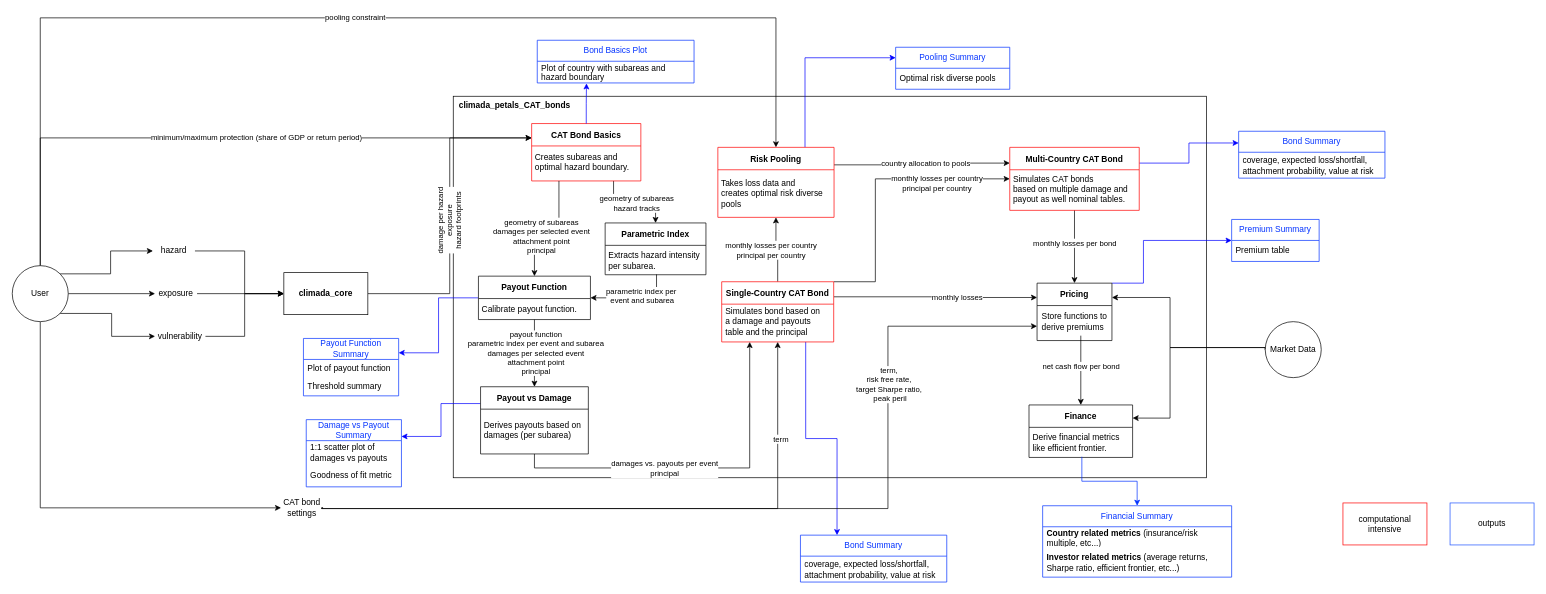
Earlier version of the draw.io diagram data_flow_climada_petals.drawio (KaiOBerg/master_thesis_cat_bonds). Source tidied: cells renumbered, new cells numbered last; positions are measured from the earlier drawing's top-left corner, leaving out a move shared by most shapes. Both pictures are drawn from the tidied source at 70%, with x=0, y=0 at pixel (12, 18).
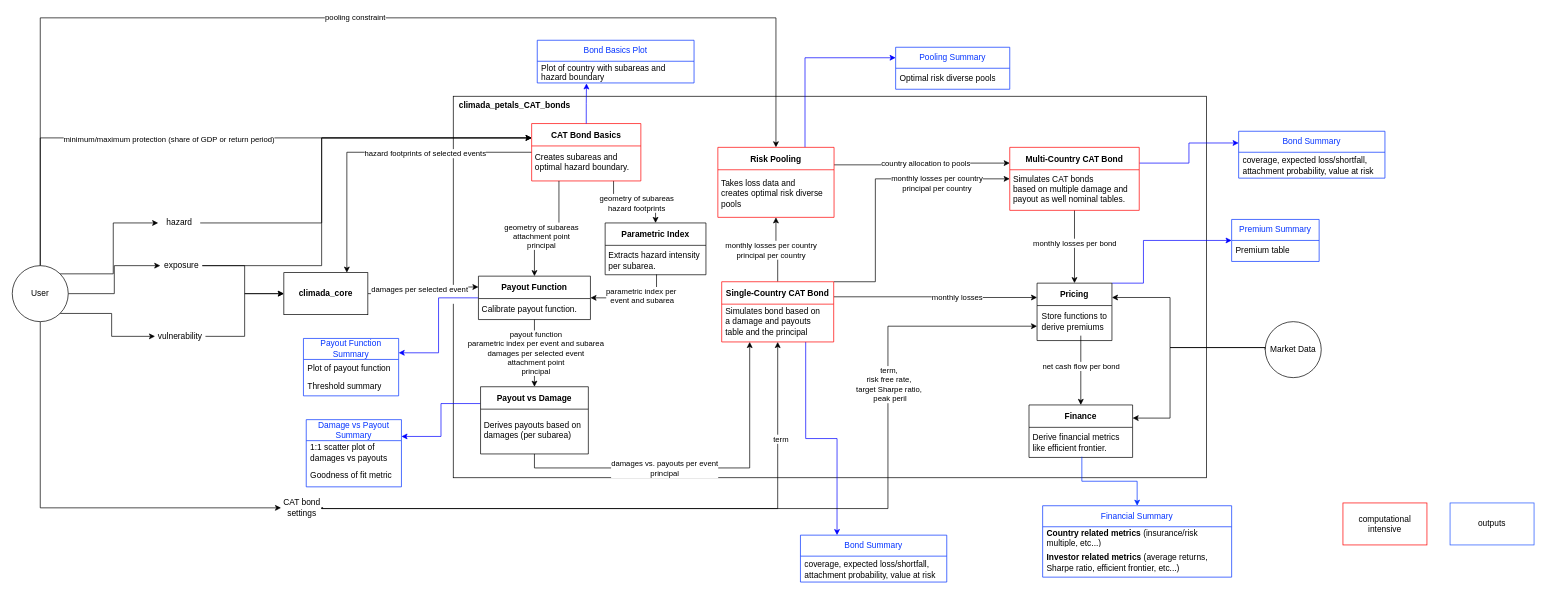
After the change.

The change refers to these unchanged cells:
```xml
<mxCell id="7" style="edgeStyle=orthogonalEdgeStyle;rounded=0;jettySize=auto;html=1;exitX=0.5;exitY=0;exitDx=0;exitDy=0;entryX=0;entryY=0.25;entryDx=0;entryDy=0;" parent="1" edge="1" source="11" target="41">
  <mxGeometry relative="1" as="geometry" />
</mxCell>
<mxCell id="28" value="&lt;b&gt;climada_core&lt;/b&gt;" style="rounded=0;whiteSpace=wrap;html=1;" parent="1" vertex="1">
  <mxGeometry x="388" y="364" width="120" height="60" as="geometry" />
</mxCell>
<mxCell id="39" style="edgeStyle=orthogonalEdgeStyle;rounded=0;jettySize=auto;html=1;exitX=0.75;exitY=1;exitDx=0;exitDy=0;" parent="1" edge="1" source="41" target="68">
  <mxGeometry relative="1" as="geometry" />
</mxCell>
<mxCell id="41" value="CAT Bond Basics" style="swimlane;startSize=32;align=center;strokeColor=#FF0000;" parent="1" vertex="1">
  <mxGeometry x="742" y="151" width="156" height="82" as="geometry" />
</mxCell>
<mxCell id="56" style="edgeStyle=orthogonalEdgeStyle;rounded=0;jettySize=auto;html=1;entryX=0.5;entryY=0;entryDx=0;entryDy=0;exitX=0.25;exitY=1;exitDx=0;exitDy=0;" parent="1" edge="1" source="41" target="73">
  <mxGeometry relative="1" as="geometry" />
</mxCell>
<mxCell id="73" value="Payout Function" style="swimlane;startSize=32;align=center;" parent="1" vertex="1">
  <mxGeometry x="666" y="369" width="160" height="62" as="geometry" />
</mxCell>
```

The edit, as a diff of the source:
```diff
@@
     <mxCell id="8" value="minimum/maximum protection (share of GDP or return period)" style="edgeLabel;html=1;align=center;verticalAlign=middle;" parent="7" vertex="1">
       <mxGeometry x="-0.07" relative="1" as="geometry">
-        <mxPoint x="80" y="-1" as="offset" />
+        <mxPoint x="-45" y="2" as="offset" />
       </mxGeometry>
     </mxCell>
@@
-    <mxCell id="12" style="edgeStyle=orthogonalEdgeStyle;rounded=0;jettySize=auto;html=1;exitX=1;exitY=0.5;exitDx=0;exitDy=0;entryX=0;entryY=0.5;entryDx=0;entryDy=0;" parent="1" edge="1" source="62" target="28">
-      <mxGeometry relative="1" as="geometry">
-        <Array as="points">
-          <mxPoint x="332" y="333" />
-          <mxPoint x="332" y="394" />
-        </Array>
-      </mxGeometry>
-    </mxCell>
     <mxCell id="13" style="edgeStyle=orthogonalEdgeStyle;rounded=0;jettySize=auto;html=1;exitX=1;exitY=0.5;exitDx=0;exitDy=0;entryX=0;entryY=0.5;entryDx=0;entryDy=0;" parent="1" edge="1" source="14" target="28">
-      <mxGeometry relative="1" as="geometry" />
+      <mxGeometry relative="1" as="geometry">
+        <Array as="points">
+          <mxPoint x="332" y="354" />
+          <mxPoint x="332" y="394" />
+        </Array>
+      </mxGeometry>
     </mxCell>
+    <mxCell id="99" style="edgeStyle=orthogonalEdgeStyle;rounded=0;jettySize=auto;html=1;exitX=1;exitY=0.5;exitDx=0;exitDy=0;entryX=0;entryY=0.25;entryDx=0;entryDy=0;" parent="1" edge="1" source="14" target="41">
+      <mxGeometry relative="1" as="geometry">
+        <Array as="points">
+          <mxPoint x="442" y="354" />
+          <mxPoint x="442" y="171" />
+        </Array>
+      </mxGeometry>
+    </mxCell>
     <mxCell id="14" value="exposure" style="text;html=1;align=center;verticalAlign=middle;whiteSpace=wrap;rounded=0;" parent="1" vertex="1">
-      <mxGeometry x="204" y="379" width="60" height="30" as="geometry" />
+      <mxGeometry x="211.5" y="339" width="60" height="30" as="geometry" />
     </mxCell>
@@
-    <mxCell id="26" style="edgeStyle=orthogonalEdgeStyle;rounded=0;jettySize=auto;html=1;entryX=0;entryY=0.25;entryDx=0;entryDy=0;" parent="1" edge="1" source="28" target="41">
+    <mxCell id="26" style="edgeStyle=orthogonalEdgeStyle;rounded=0;jettySize=auto;html=1;entryX=0;entryY=0.25;entryDx=0;entryDy=0;" parent="1" edge="1" source="28" target="73">
       <mxGeometry relative="1" as="geometry" />
     </mxCell>
-    <mxCell id="27" value="damage per hazard&lt;div&gt;exposure&lt;/div&gt;&lt;div&gt;hazard footprints&lt;/div&gt;" style="edgeLabel;html=1;align=center;verticalAlign=middle;rotation=-90;" parent="26" vertex="1">
+    <mxCell id="27" value="&lt;div style=&quot;caret-color: rgba(0, 0, 0, 0);&quot;&gt;damages per selected event&lt;/div&gt;&lt;div&gt;&lt;br&gt;&lt;/div&gt;" style="edgeLabel;html=1;align=center;verticalAlign=middle;rotation=0;" parent="26" vertex="1">
       <mxGeometry x="-0.04" y="-1" relative="1" as="geometry">
-        <mxPoint x="-2" y="-1" as="offset" />
+        <mxPoint x="-7" y="1" as="offset" />
       </mxGeometry>
     </mxCell>
@@
-    <mxCell id="40" value="geometry of subareas&lt;div&gt;hazard tracks&lt;/div&gt;" style="edgeLabel;html=1;align=center;verticalAlign=middle;" parent="39" vertex="1">
+    <mxCell id="40" value="geometry of subareas&lt;div&gt;hazard footprints&lt;/div&gt;" style="edgeLabel;html=1;align=center;verticalAlign=middle;" parent="39" vertex="1">
       <mxGeometry x="0.03" y="-1" relative="1" as="geometry" />
     </mxCell>
+    <mxCell id="100" style="edgeStyle=orthogonalEdgeStyle;rounded=0;jettySize=auto;html=1;exitX=0;exitY=0.5;exitDx=0;exitDy=0;entryX=0.75;entryY=0;entryDx=0;entryDy=0;" parent="1" edge="1" source="41" target="28">
+      <mxGeometry relative="1" as="geometry" />
+    </mxCell>
+    <mxCell id="101" value="hazard footprints of selected events" style="edgeLabel;html=1;align=center;verticalAlign=middle;" parent="100" vertex="1">
+      <mxGeometry x="-0.3" y="1" relative="1" as="geometry" />
+    </mxCell>
@@
-    <mxCell id="57" value="geometry of subareas&lt;div&gt;&lt;div&gt;damages per selected event&lt;/div&gt;&lt;/div&gt;&lt;div&gt;attachment point&lt;/div&gt;&lt;div&gt;principal&lt;/div&gt;" style="edgeLabel;html=1;align=center;verticalAlign=middle;rotation=0;" parent="56" vertex="1">
+    <mxCell id="57" value="geometry of subareas&lt;div&gt;&lt;div&gt;&lt;span style=&quot;background-color: light-dark(#ffffff, var(--ge-dark-color, #121212)); color: light-dark(rgb(0, 0, 0), rgb(255, 255, 255));&quot;&gt;attachment point&lt;/span&gt;&lt;/div&gt;&lt;/div&gt;&lt;div&gt;principal&lt;/div&gt;" style="edgeLabel;html=1;align=center;verticalAlign=middle;rotation=0;" parent="56" vertex="1">
       <mxGeometry x="0.08" y="-1" relative="1" as="geometry">
         <mxPoint x="-2" y="11" as="offset" />
       </mxGeometry>
     </mxCell>
@@
+    <mxCell id="102" style="edgeStyle=orthogonalEdgeStyle;rounded=0;jettySize=auto;html=1;exitX=1;exitY=0.5;exitDx=0;exitDy=0;entryX=0;entryY=0.25;entryDx=0;entryDy=0;" parent="1" edge="1" source="62" target="41">
+      <mxGeometry relative="1" as="geometry">
+        <Array as="points">
+          <mxPoint x="442" y="293" />
+          <mxPoint x="442" y="171" />
+        </Array>
+      </mxGeometry>
+    </mxCell>
     <mxCell id="62" value="hazard" style="text;html=1;align=center;verticalAlign=middle;whiteSpace=wrap;rounded=0;" parent="1" vertex="1">
-      <mxGeometry x="201" y="318" width="60" height="30" as="geometry" />
+      <mxGeometry x="208.5" y="278" width="60" height="30" as="geometry" />
     </mxCell>
```
